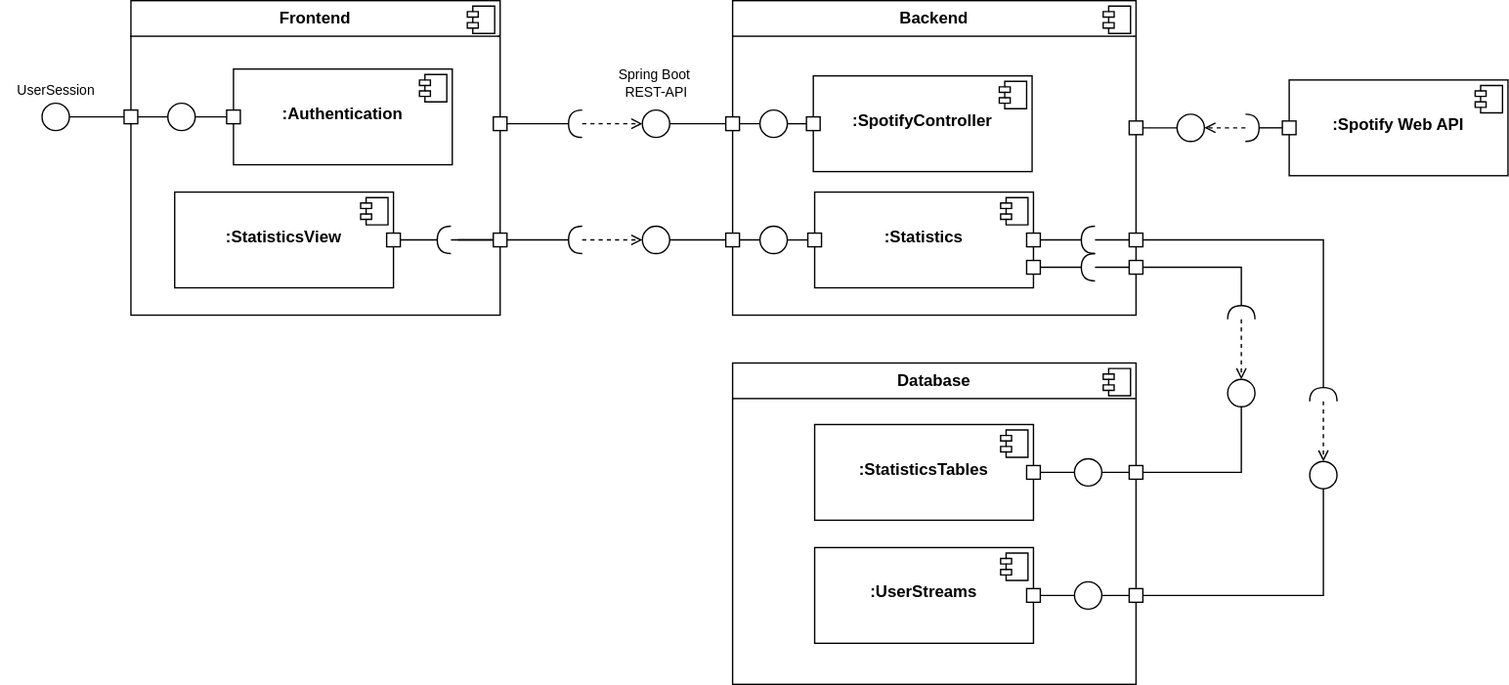
The draw.io diagram Documentation/diagrams/UML_Component_Diagram.svg in SE-TINF22B6/Statify, before a commit. Source tidied: cells renumbered, new cells last; positions are measured from the earlier drawing's top-left corner, leaving out a move shared by most shapes.
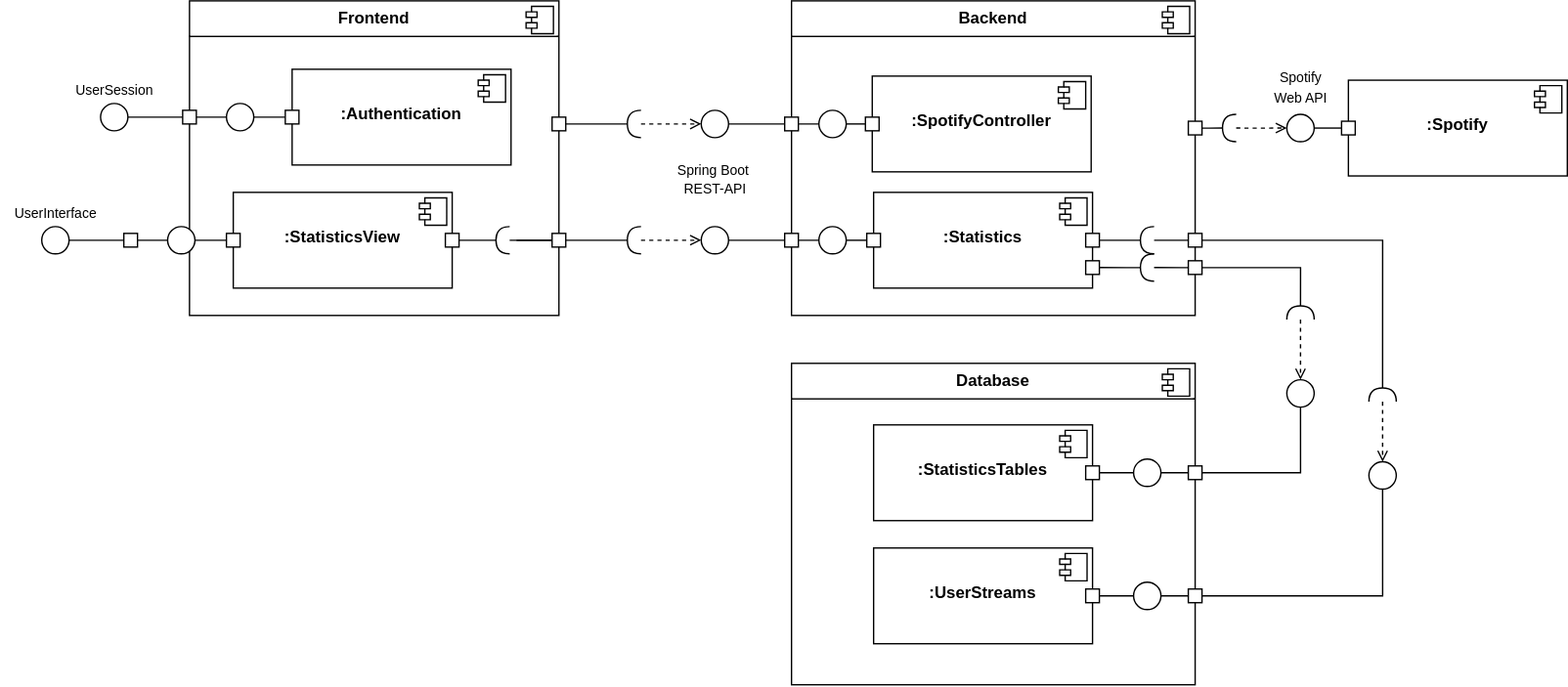
After the change.

Change to the diagram source:
```diff
@@ -31,7 +31,7 @@
       <mxGeometry x="469" y="80" width="20" height="20" as="geometry" />
     </mxCell>
     <mxCell id="10" value="&lt;font style=&quot;font-size: 10px;&quot;&gt;Spring Boot&amp;nbsp;&lt;/font&gt;&lt;div style=&quot;font-size: 10px;&quot;&gt;&lt;font style=&quot;font-size: 10px;&quot;&gt;REST-API&lt;/font&gt;&lt;/div&gt;" style="text;html=1;align=center;verticalAlign=middle;strokeColor=none;fillColor=none;" parent="1" vertex="1">
-      <mxGeometry x="439" y="40" width="80" height="40" as="geometry" />
+      <mxGeometry x="439" y="110" width="80" height="40" as="geometry" />
     </mxCell>
     <mxCell id="11" style="rounded=0;whiteSpace=wrap;html=1;" parent="1" vertex="1">
       <mxGeometry x="360" y="85" width="10" height="10" as="geometry" />
@@ -68,7 +68,7 @@
     <mxCell id="21" style="group;" parent="1" vertex="1">
       <mxGeometry x="937" y="58" width="165" height="70" as="geometry" />
     </mxCell>
-    <mxCell id="22" value="&lt;p style=&quot;margin: 6px 0px 0px;&quot;&gt;&lt;b&gt;&lt;br&gt;&lt;/b&gt;&lt;/p&gt;&lt;p style=&quot;margin: 6px 0px 0px;&quot;&gt;&lt;b&gt;:Spotify Web API&lt;/b&gt;&lt;/p&gt;" style="align=center;overflow=fill;html=1;whiteSpace=wrap;" parent="21" vertex="1">
+    <mxCell id="22" value="&lt;p style=&quot;margin: 6px 0px 0px;&quot;&gt;&lt;b&gt;&lt;br&gt;&lt;/b&gt;&lt;/p&gt;&lt;p style=&quot;margin: 6px 0px 0px;&quot;&gt;&lt;b&gt;:Spotify&lt;/b&gt;&lt;/p&gt;" style="align=center;overflow=fill;html=1;whiteSpace=wrap;" parent="21" vertex="1">
       <mxGeometry x="5" width="160" height="70" as="geometry" />
     </mxCell>
     <mxCell id="23" style="shape=component;jettyWidth=8;jettyHeight=4;" parent="22" vertex="1">
@@ -79,24 +79,23 @@
     <mxCell id="24" style="rounded=0;whiteSpace=wrap;html=1;" parent="21" vertex="1">
       <mxGeometry y="30" width="10" height="10" as="geometry" />
     </mxCell>
-    <mxCell id="25" style="edgeStyle=orthogonalEdgeStyle;rounded=0;jettySize=auto;html=1;entryX=0;entryY=0.5;entryDx=0;entryDy=0;endArrow=none;endFill=0;" parent="1" edge="1" source="26" target="28">
-      <mxGeometry relative="1" as="geometry" />
+    <mxCell id="25" style="edgeStyle=orthogonalEdgeStyle;rounded=0;jettySize=auto;html=1;entryX=1;entryY=0.5;entryDx=0;entryDy=0;endArrow=none;endFill=0;entryPerimeter=0;" parent="1" edge="1" source="26" target="114">
+      <mxGeometry relative="1" as="geometry">
+        <Array as="points">
+          <mxPoint x="840" y="93" />
+          <mxPoint x="840" y="93" />
+        </Array>
+      </mxGeometry>
     </mxCell>
     <mxCell id="26" style="rounded=0;whiteSpace=wrap;html=1;" parent="1" vertex="1">
       <mxGeometry x="825" y="88" width="10" height="10" as="geometry" />
     </mxCell>
-    <mxCell id="27" style="edgeStyle=orthogonalEdgeStyle;rounded=0;jettySize=auto;html=1;entryX=0;entryY=0.5;entryDx=0;entryDy=0;endArrow=none;endFill=0;startArrow=none;startFill=0;exitX=1;exitY=0.5;exitDx=0;exitDy=0;exitPerimeter=0;" parent="1" edge="1" source="30" target="24">
+    <mxCell id="27" style="edgeStyle=orthogonalEdgeStyle;rounded=0;jettySize=auto;html=1;entryX=0;entryY=0.5;entryDx=0;entryDy=0;endArrow=none;endFill=0;startArrow=none;startFill=0;exitX=1;exitY=0.5;exitDx=0;exitDy=0;" parent="1" edge="1" source="115" target="24">
       <mxGeometry relative="1" as="geometry" />
     </mxCell>
-    <mxCell id="28" style="ellipse;whiteSpace=wrap;html=1;" parent="1" vertex="1">
-      <mxGeometry x="860" y="83" width="20" height="20" as="geometry" />
-    </mxCell>
-    <mxCell id="29" style="edgeStyle=orthogonalEdgeStyle;rounded=0;jettySize=auto;html=1;exitX=0;exitY=0.5;exitDx=0;exitDy=0;exitPerimeter=0;entryX=1;entryY=0.5;entryDx=0;entryDy=0;endArrow=open;endFill=0;dashed=1;" parent="1" edge="1" source="30" target="28">
-      <mxGeometry relative="1" as="geometry" />
-    </mxCell>
-    <mxCell id="30" style="shape=requiredInterface;html=1;verticalLabelPosition=bottom;sketch=0;rotation=0;" parent="1" vertex="1">
-      <mxGeometry x="910" y="83" width="10" height="20" as="geometry" />
-    </mxCell>
+    <mxCell id="35" style="edgeStyle=orthogonalEdgeStyle;rounded=0;jettySize=auto;html=1;entryX=0;entryY=0.5;entryDx=0;entryDy=0;endArrow=none;endFill=0;" parent="1" edge="1" source="37" target="34">
+      <mxGeometry relative="1" as="geometry" />
+    </mxCell>
     <mxCell id="31" style="group;" parent="1" vertex="1">
       <mxGeometry x="165" y="50" width="165" height="70" as="geometry" />
     </mxCell>
@@ -111,9 +110,6 @@
     <mxCell id="34" style="rounded=0;whiteSpace=wrap;html=1;" parent="31" vertex="1">
       <mxGeometry y="30" width="10" height="10" as="geometry" />
     </mxCell>
-    <mxCell id="35" style="edgeStyle=orthogonalEdgeStyle;rounded=0;jettySize=auto;html=1;entryX=0;entryY=0.5;entryDx=0;entryDy=0;endArrow=none;endFill=0;" parent="1" edge="1" source="37" target="34">
-      <mxGeometry relative="1" as="geometry" />
-    </mxCell>
     <mxCell id="36" style="edgeStyle=orthogonalEdgeStyle;rounded=0;jettySize=auto;html=1;entryX=1;entryY=0.5;entryDx=0;entryDy=0;endArrow=none;endFill=0;" parent="1" edge="1" source="37" target="38">
       <mxGeometry relative="1" as="geometry" />
     </mxCell>
@@ -146,6 +142,9 @@
     <mxCell id="45" style="rounded=0;whiteSpace=wrap;html=1;" parent="42" vertex="1">
       <mxGeometry x="160" y="30" width="10" height="10" as="geometry" />
     </mxCell>
+    <mxCell id="104" style="rounded=0;whiteSpace=wrap;html=1;" parent="42" vertex="1">
+      <mxGeometry y="30" width="10" height="10" as="geometry" />
+    </mxCell>
     <mxCell id="46" style="group;" parent="1" vertex="1">
       <mxGeometry x="590" y="140" width="165" height="70" as="geometry" />
     </mxCell>
@@ -344,5 +343,40 @@
     <mxCell id="103" style="edgeStyle=orthogonalEdgeStyle;rounded=0;jettySize=auto;html=1;entryX=1;entryY=0.5;entryDx=0;entryDy=0;entryPerimeter=0;endArrow=none;endFill=0;" parent="1" edge="1" source="99" target="98">
       <mxGeometry relative="1" as="geometry" />
     </mxCell>
+    <mxCell id="105" style="edgeStyle=orthogonalEdgeStyle;rounded=0;jettySize=auto;html=1;entryX=0;entryY=0.5;entryDx=0;entryDy=0;endArrow=none;endFill=0;" parent="1" edge="1" source="107">
+      <mxGeometry relative="1" as="geometry">
+        <mxPoint x="122" y="175" as="targetPoint" />
+      </mxGeometry>
+    </mxCell>
+    <mxCell id="106" style="edgeStyle=orthogonalEdgeStyle;rounded=0;jettySize=auto;html=1;entryX=1;entryY=0.5;entryDx=0;entryDy=0;endArrow=none;endFill=0;" parent="1" edge="1" source="107" target="108">
+      <mxGeometry relative="1" as="geometry" />
+    </mxCell>
+    <mxCell id="107" style="ellipse;whiteSpace=wrap;html=1;" parent="1" vertex="1">
+      <mxGeometry x="79" y="165" width="20" height="20" as="geometry" />
+    </mxCell>
+    <mxCell id="108" style="rounded=0;whiteSpace=wrap;html=1;" parent="1" vertex="1">
+      <mxGeometry x="47" y="170" width="10" height="10" as="geometry" />
+    </mxCell>
+    <mxCell id="109" style="edgeStyle=orthogonalEdgeStyle;rounded=0;jettySize=auto;html=1;entryX=0;entryY=0.5;entryDx=0;entryDy=0;endArrow=none;endFill=0;" parent="1" edge="1" source="110" target="108">
+      <mxGeometry relative="1" as="geometry" />
+    </mxCell>
+    <mxCell id="110" style="ellipse;whiteSpace=wrap;html=1;" parent="1" vertex="1">
+      <mxGeometry x="-13" y="165" width="20" height="20" as="geometry" />
+    </mxCell>
+    <mxCell id="111" value="&lt;span style=&quot;font-size: 10px;&quot;&gt;UserInterface&lt;/span&gt;" style="text;html=1;align=center;verticalAlign=middle;strokeColor=none;fillColor=none;" parent="1" vertex="1">
+      <mxGeometry x="-43" y="140" width="80" height="30" as="geometry" />
+    </mxCell>
+    <mxCell id="112" value="&lt;span style=&quot;font-size: 10px;&quot;&gt;Spotify&lt;/span&gt;&lt;div&gt;&lt;span style=&quot;font-size: 10px;&quot;&gt;Web API&lt;/span&gt;&lt;/div&gt;" style="text;html=1;align=center;verticalAlign=middle;strokeColor=none;fillColor=none;" parent="1" vertex="1">
+      <mxGeometry x="877" y="43" width="60" height="40" as="geometry" />
+    </mxCell>
+    <mxCell id="113" style="edgeStyle=orthogonalEdgeStyle;rounded=0;jettySize=auto;html=1;entryX=0;entryY=0.5;entryDx=0;entryDy=0;endArrow=open;endFill=0;dashed=1;" parent="1" edge="1" source="114" target="115">
+      <mxGeometry relative="1" as="geometry" />
+    </mxCell>
+    <mxCell id="114" style="shape=requiredInterface;html=1;verticalLabelPosition=bottom;sketch=0;rotation=-180;" parent="1" vertex="1">
+      <mxGeometry x="850" y="83" width="10" height="20" as="geometry" />
+    </mxCell>
+    <mxCell id="115" style="ellipse;whiteSpace=wrap;html=1;" parent="1" vertex="1">
+      <mxGeometry x="897" y="83" width="20" height="20" as="geometry" />
+    </mxCell>
   </root>
 </mxGraphModel>
```
